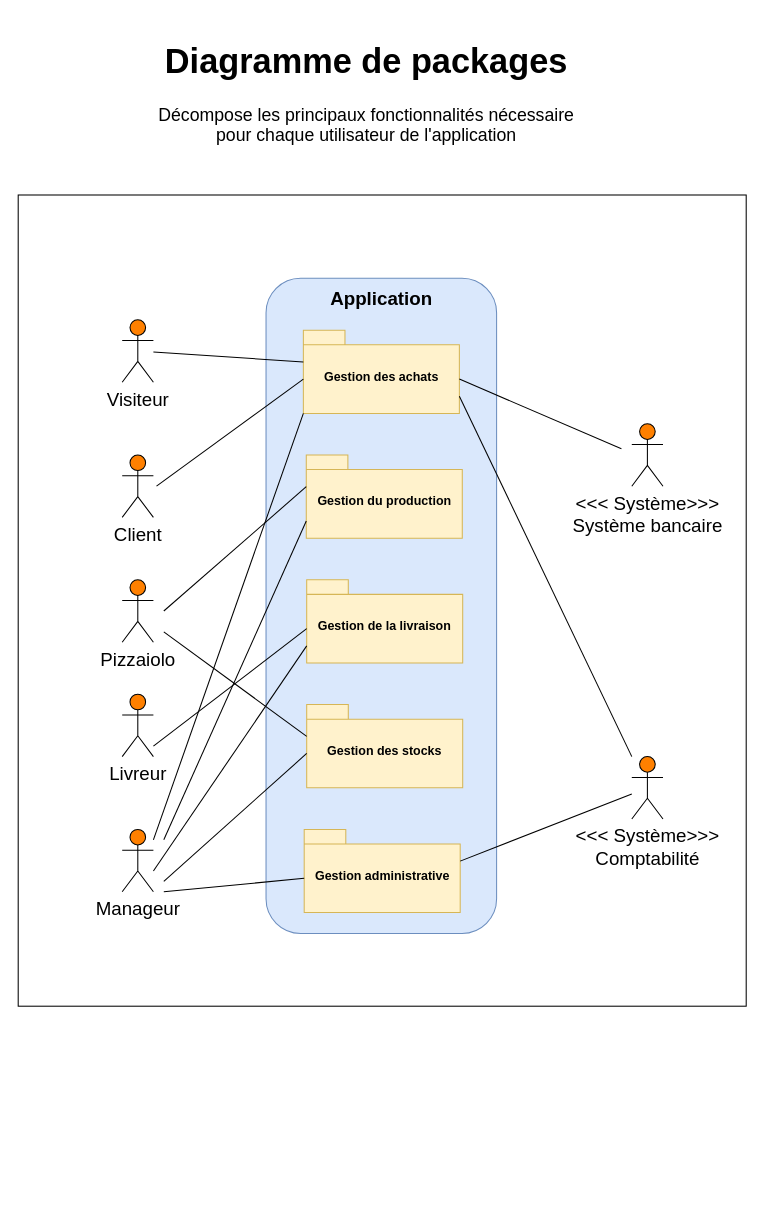
Maayaavi/OC_Project_4 keeps this draw.io diagram as Package Diagram.drawio. Above is the earlier version. Source tidied: cells renumbered, new cells numbered last; positions are measured from the earlier drawing's top-left corner, leaving out a move shared by most shapes. Both pictures are drawn from the tidied source at 104%, with x=0, y=0 at pixel (18, 28).
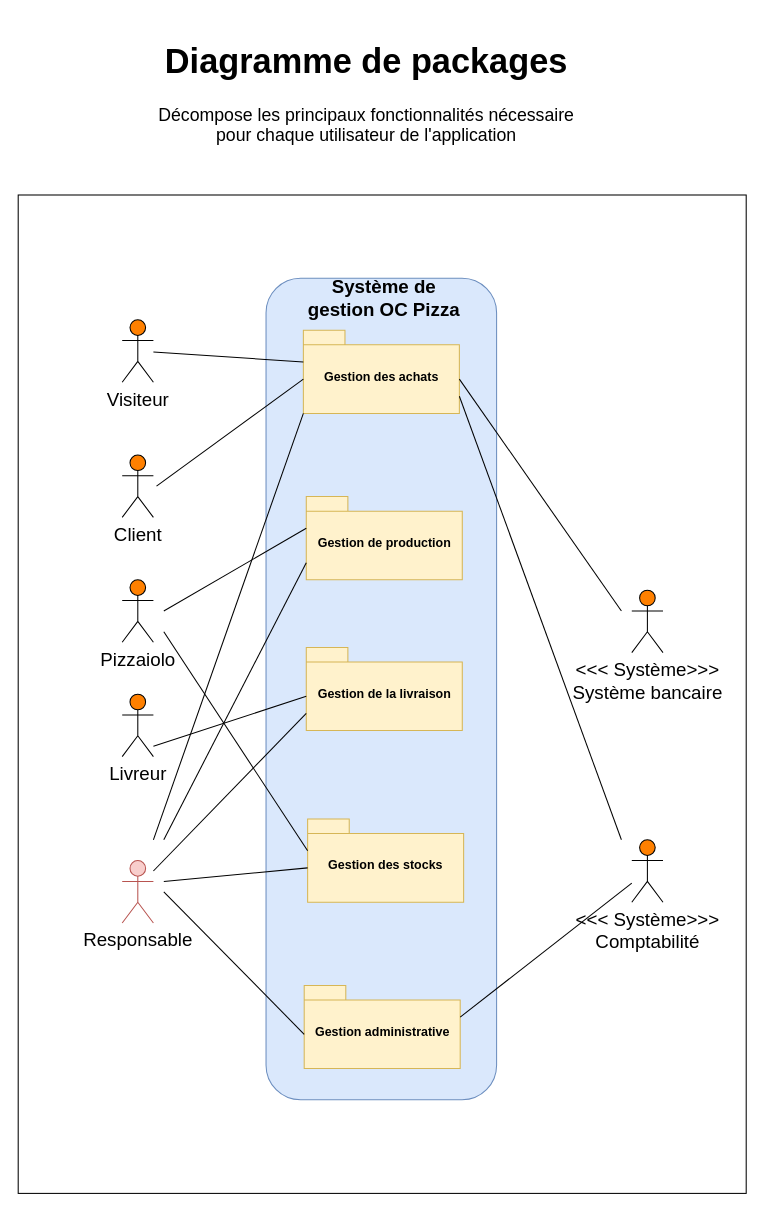
The same page after the edit.

The change refers to these unchanged cells:
```xml
<mxCell id="13" value="Gestion des achats" style="shape=folder;fontStyle=1;spacingTop=10;tabWidth=40;tabHeight=14;tabPosition=left;html=1;fillColor=#fff2cc;strokeColor=#d6b656;" parent="1" vertex="1">
  <mxGeometry x="274.2" y="290" width="150" height="80" as="geometry" />
</mxCell>
```

Diff of the diagram source:
```diff
@@
     <mxCell id="2" style="whiteSpace=wrap;html=1;" parent="1" vertex="1">
-      <mxGeometry y="160" width="700" height="780" as="geometry" />
+      <mxGeometry y="160" width="700" height="960" as="geometry" />
     </mxCell>
@@
     <mxCell id="4" style="rounded=1;whiteSpace=wrap;html=1;fillColor=#dae8fc;strokeColor=#6c8ebf;" parent="1" vertex="1">
-      <mxGeometry x="238.3" y="240" width="221.7" height="630" as="geometry" />
+      <mxGeometry x="238.3" y="240" width="221.7" height="790" as="geometry" />
     </mxCell>
-    <mxCell id="5" value="Application&amp;nbsp;" style="text;html=1;strokeColor=none;fillColor=none;align=center;verticalAlign=middle;whiteSpace=wrap;rounded=0;fontSize=18;fontStyle=1;glass=0;gradientColor=none;" parent="1" vertex="1">
+    <mxCell id="5" value="Système de gestion OC Pizza" style="text;html=1;strokeColor=none;fillColor=none;align=center;verticalAlign=middle;whiteSpace=wrap;rounded=0;fontSize=18;fontStyle=1;glass=0;gradientColor=none;" parent="1" vertex="1">
       <mxGeometry x="272" y="230" width="160" height="60" as="geometry" />
     </mxCell>
@@
-    <mxCell id="10" value="Manageur" style="shape=umlActor;verticalLabelPosition=bottom;labelBackgroundColor=#ffffff;verticalAlign=top;html=1;fontSize=18;fillColor=#FF8000;" parent="1" vertex="1">
-      <mxGeometry x="100" y="770" width="30" height="60" as="geometry" />
-    </mxCell>
     <mxCell id="11" value="&amp;lt;&amp;lt;&amp;lt; Système&amp;gt;&amp;gt;&amp;gt;&lt;br&gt;Système bancaire" style="shape=umlActor;verticalLabelPosition=bottom;labelBackgroundColor=#ffffff;verticalAlign=top;html=1;fontSize=18;gradientColor=none;gradientDirection=north;fillColor=#FF8000;" parent="1" vertex="1">
-      <mxGeometry x="590" y="380" width="30" height="60" as="geometry" />
+      <mxGeometry x="590" y="540" width="30" height="60" as="geometry" />
     </mxCell>
     <mxCell id="12" value="&amp;lt;&amp;lt;&amp;lt; Système&amp;gt;&amp;gt;&amp;gt;&lt;br&gt;Comptabilité" style="shape=umlActor;verticalLabelPosition=bottom;labelBackgroundColor=#ffffff;verticalAlign=top;html=1;outlineConnect=0;fontSize=18;gradientColor=none;gradientDirection=north;fillColor=#FF8000;" parent="1" vertex="1">
-      <mxGeometry x="590" y="700" width="30" height="60" as="geometry" />
+      <mxGeometry x="590" y="780" width="30" height="60" as="geometry" />
     </mxCell>
@@
-    <mxCell id="14" value="Gestion du production" style="shape=folder;fontStyle=1;spacingTop=10;tabWidth=40;tabHeight=14;tabPosition=left;html=1;fillColor=#fff2cc;strokeColor=#d6b656;" parent="1" vertex="1">
-      <mxGeometry x="277" y="410" width="150" height="80" as="geometry" />
+    <mxCell id="14" value="Gestion de production" style="shape=folder;fontStyle=1;spacingTop=10;tabWidth=40;tabHeight=14;tabPosition=left;html=1;fillColor=#fff2cc;strokeColor=#d6b656;" parent="1" vertex="1">
+      <mxGeometry x="277" y="450" width="150" height="80" as="geometry" />
     </mxCell>
     <mxCell id="15" value="Gestion de la livraison" style="shape=folder;fontStyle=1;spacingTop=10;tabWidth=40;tabHeight=14;tabPosition=left;html=1;fillColor=#fff2cc;strokeColor=#d6b656;" parent="1" vertex="1">
-      <mxGeometry x="277.4" y="530" width="150" height="80" as="geometry" />
+      <mxGeometry x="277" y="595" width="150" height="80" as="geometry" />
     </mxCell>
     <mxCell id="16" value="Gestion des stocks" style="shape=folder;fontStyle=1;spacingTop=10;tabWidth=40;tabHeight=14;tabPosition=left;html=1;fillColor=#fff2cc;strokeColor=#d6b656;" parent="1" vertex="1">
-      <mxGeometry x="277.4" y="650" width="150" height="80" as="geometry" />
+      <mxGeometry x="278.3" y="760" width="150" height="80" as="geometry" />
     </mxCell>
@@
     <mxCell id="22" style="endArrow=none;html=1;exitX=0;exitY=0;exitDx=150;exitDy=47;exitPerimeter=0;" parent="1" edge="1" source="13">
       <mxGeometry relative="1" as="geometry">
-        <mxPoint x="580" y="404" as="targetPoint" />
+        <mxPoint x="580" y="560" as="targetPoint" />
       </mxGeometry>
     </mxCell>
     <mxCell id="23" style="endArrow=none;html=1;exitX=0;exitY=0;exitDx=150;exitDy=63.5;exitPerimeter=0;" parent="1" edge="1" source="13">
       <mxGeometry relative="1" as="geometry">
-        <mxPoint x="590" y="700" as="targetPoint" />
+        <mxPoint x="580" y="780" as="targetPoint" />
       </mxGeometry>
     </mxCell>
@@
     <mxCell id="28" value="Gestion administrative" style="shape=folder;fontStyle=1;spacingTop=10;tabWidth=40;tabHeight=14;tabPosition=left;html=1;fillColor=#fff2cc;strokeColor=#d6b656;" parent="1" vertex="1">
-      <mxGeometry x="275" y="770" width="150" height="80" as="geometry" />
+      <mxGeometry x="275" y="920" width="150" height="80" as="geometry" />
     </mxCell>
@@
+    <mxCell id="31" value="Responsable" style="shape=umlActor;verticalLabelPosition=bottom;labelBackgroundColor=#ffffff;verticalAlign=top;html=1;fontSize=18;fillColor=#f8cecc;strokeColor=#b85450;" parent="1" vertex="1">
+      <mxGeometry x="100" y="800" width="30" height="60" as="geometry" />
+    </mxCell>
```
